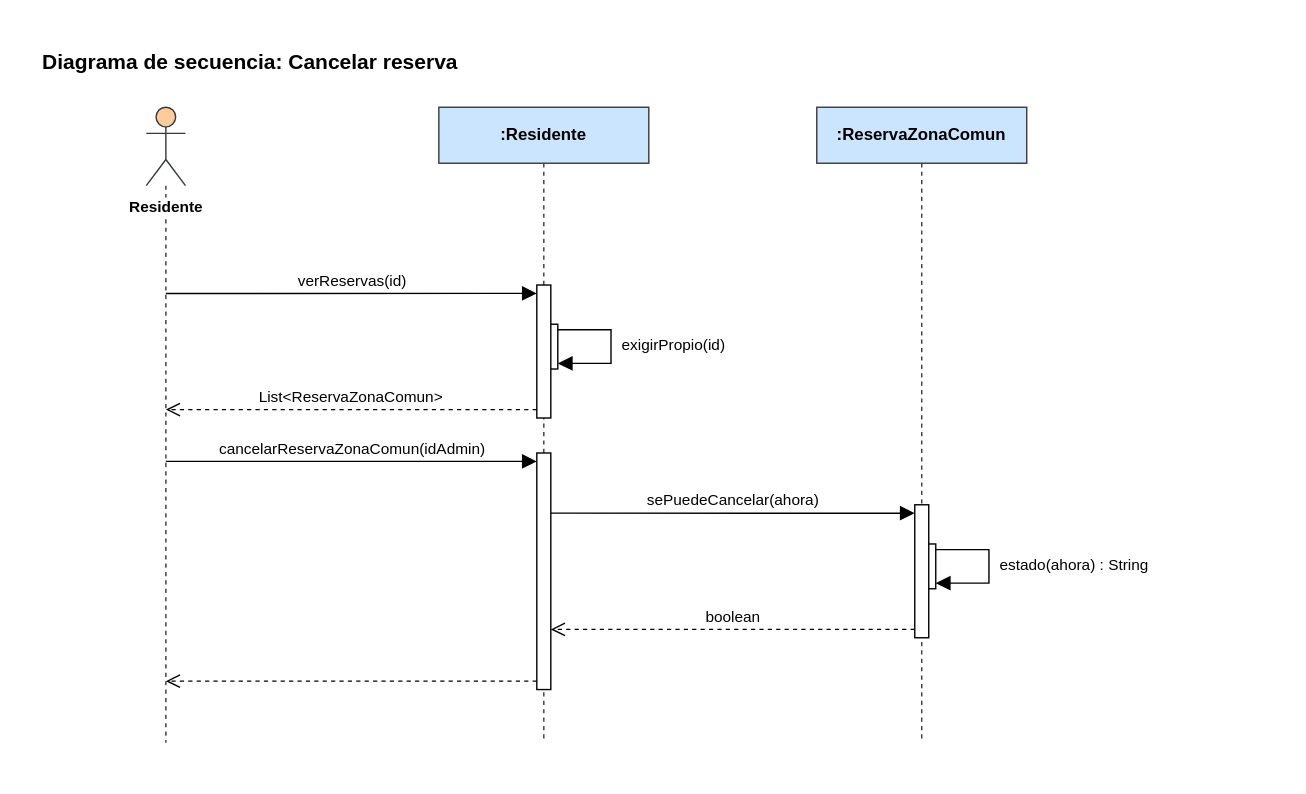
Above: Diagramas/Secuencia/cancelar-reserva.svg in manuel20051208/HorizontalSoftware-Back-End (draw.io), before the change. Source tidied: cells renumbered, new cells last; positions are measured from the earlier drawing's top-left corner, leaving out a move shared by most shapes.
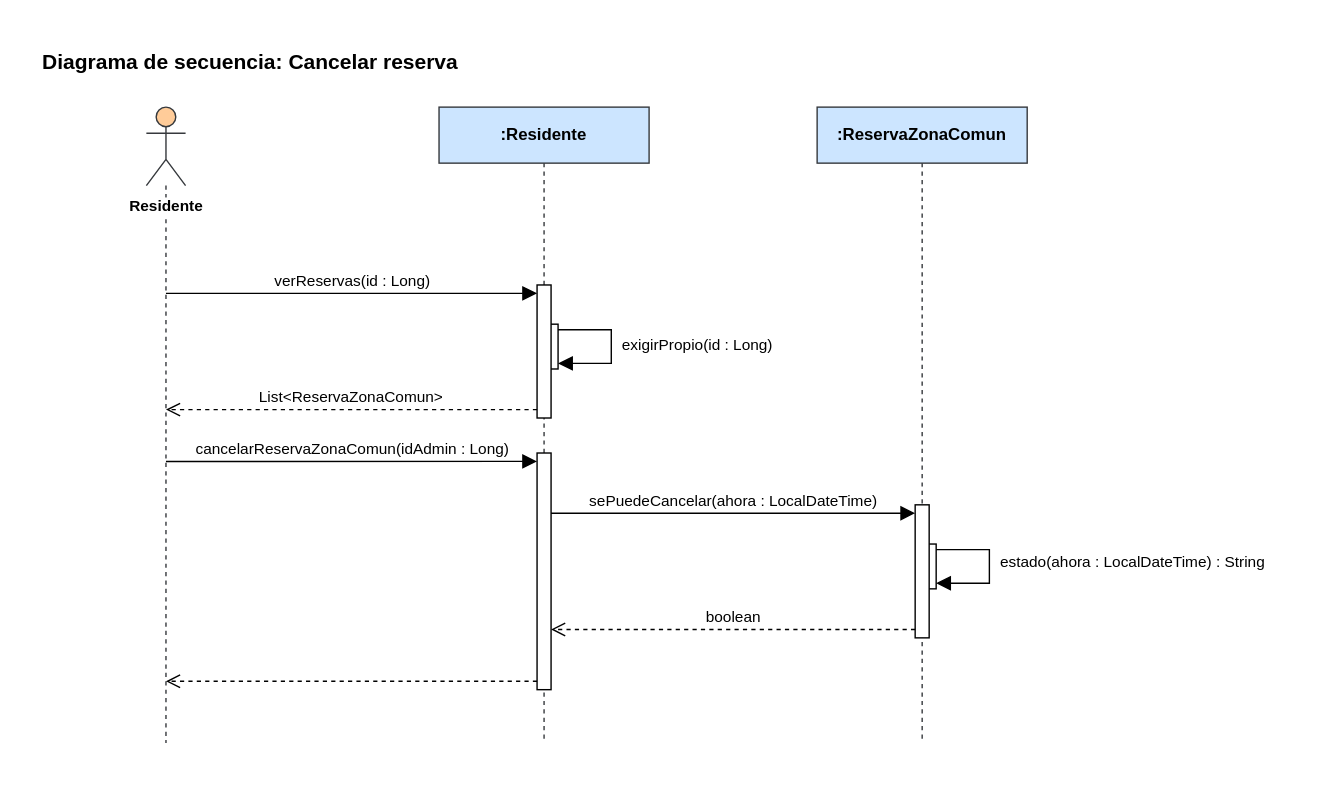
The same file after the commit.

The edit, as a diff of the source:
```diff
@@ -29,7 +29,7 @@
     <mxCell id="10" style="html=1;points=[];perimeter=orthogonalPerimeter;fillColor=#ffffff;strokeColor=#000000;" parent="1" vertex="1">
       <mxGeometry x="355" y="295" width="10" height="169" as="geometry" />
     </mxCell>
-    <mxCell id="11" value="verReservas(id)" style="html=1;verticalAlign=bottom;rounded=0;fontSize=11;strokeColor=#000000;endArrow=block;endFill=1;endSize=8;exitX=0.5000;exitY=0.2930;exitDx=0;exitDy=0;exitPerimeter=0;entryX=0.0000;entryY=0.0632;entryDx=0;entryDy=0;entryPerimeter=0;" parent="1" edge="1" source="3" target="7">
+    <mxCell id="11" value="verReservas(id : Long)" style="html=1;verticalAlign=bottom;rounded=0;fontSize=11;strokeColor=#000000;endArrow=block;endFill=1;endSize=8;exitX=0.5000;exitY=0.2930;exitDx=0;exitDy=0;exitPerimeter=0;entryX=0.0000;entryY=0.0632;entryDx=0;entryDy=0;entryPerimeter=0;" parent="1" edge="1" source="3" target="7">
       <mxGeometry relative="1" as="geometry" />
     </mxCell>
     <mxCell id="12" style="html=1;rounded=0;endArrow=block;endFill=1;endSize=8;strokeColor=#000000;exitX=1.0000;exitY=0.1250;exitDx=0;exitDy=0;exitPerimeter=0;entryX=1.0000;entryY=0.8750;entryDx=0;entryDy=0;entryPerimeter=0;" parent="1" edge="1" source="6" target="6">
@@ -43,10 +43,10 @@
     <mxCell id="13" value="List&amp;lt;ReservaZonaComun&amp;gt;" style="html=1;verticalAlign=bottom;rounded=0;fontSize=11;strokeColor=#000000;dashed=1;endArrow=open;endFill=0;endSize=8;exitX=0.0000;exitY=0.9368;exitDx=0;exitDy=0;exitPerimeter=0;entryX=0.5000;entryY=0.4758;entryDx=0;entryDy=0;entryPerimeter=0;" parent="1" edge="1" source="7" target="3">
       <mxGeometry relative="1" as="geometry" />
     </mxCell>
-    <mxCell id="14" value="cancelarReservaZonaComun(idAdmin)" style="html=1;verticalAlign=bottom;rounded=0;fontSize=11;strokeColor=#000000;endArrow=block;endFill=1;endSize=8;exitX=0.5000;exitY=0.5573;exitDx=0;exitDy=0;exitPerimeter=0;entryX=0.0000;entryY=0.0355;entryDx=0;entryDy=0;entryPerimeter=0;" parent="1" edge="1" source="3" target="10">
+    <mxCell id="14" value="cancelarReservaZonaComun(idAdmin : Long)" style="html=1;verticalAlign=bottom;rounded=0;fontSize=11;strokeColor=#000000;endArrow=block;endFill=1;endSize=8;exitX=0.5000;exitY=0.5573;exitDx=0;exitDy=0;exitPerimeter=0;entryX=0.0000;entryY=0.0355;entryDx=0;entryDy=0;entryPerimeter=0;" parent="1" edge="1" source="3" target="10">
       <mxGeometry relative="1" as="geometry" />
     </mxCell>
-    <mxCell id="15" value="sePuedeCancelar(ahora)" style="html=1;verticalAlign=bottom;rounded=0;fontSize=11;strokeColor=#000000;endArrow=block;endFill=1;endSize=8;exitX=1.0000;exitY=0.2544;exitDx=0;exitDy=0;exitPerimeter=0;entryX=0.0000;entryY=0.0632;entryDx=0;entryDy=0;entryPerimeter=0;" parent="1" edge="1" source="10" target="9">
+    <mxCell id="15" value="sePuedeCancelar(ahora : LocalDateTime)" style="html=1;verticalAlign=bottom;rounded=0;fontSize=11;strokeColor=#000000;endArrow=block;endFill=1;endSize=8;exitX=1.0000;exitY=0.2544;exitDx=0;exitDy=0;exitPerimeter=0;entryX=0.0000;entryY=0.0632;entryDx=0;entryDy=0;entryPerimeter=0;" parent="1" edge="1" source="10" target="9">
       <mxGeometry relative="1" as="geometry" />
     </mxCell>
     <mxCell id="16" style="html=1;rounded=0;endArrow=block;endFill=1;endSize=8;strokeColor=#000000;exitX=1.0000;exitY=0.1250;exitDx=0;exitDy=0;exitPerimeter=0;entryX=1.0000;entryY=0.8750;entryDx=0;entryDy=0;entryPerimeter=0;" parent="1" edge="1" source="8" target="8">
@@ -63,11 +63,11 @@
     <mxCell id="18" style="html=1;verticalAlign=bottom;rounded=0;fontSize=11;strokeColor=#000000;dashed=1;endArrow=open;endFill=0;endSize=8;exitX=0.0000;exitY=0.9645;exitDx=0;exitDy=0;exitPerimeter=0;entryX=0.5000;entryY=0.9031;entryDx=0;entryDy=0;entryPerimeter=0;" parent="1" edge="1" source="10" target="3">
       <mxGeometry relative="1" as="geometry" />
     </mxCell>
-    <mxCell id="19" value="exigirPropio(id)" style="text;html=1;align=left;verticalAlign=top;whiteSpace=wrap;overflow=hidden;fontSize=11;" parent="1" vertex="1">
+    <mxCell id="19" value="exigirPropio(id : Long)" style="text;html=1;align=left;verticalAlign=top;whiteSpace=wrap;overflow=hidden;fontSize=11;" parent="1" vertex="1">
       <mxGeometry x="414" y="205" width="185" height="28" as="geometry" />
     </mxCell>
-    <mxCell id="20" value="estado(ahora) : String" style="text;html=1;align=left;verticalAlign=top;whiteSpace=wrap;overflow=hidden;fontSize=11;" parent="1" vertex="1">
-      <mxGeometry x="684" y="362" width="185" height="28" as="geometry" />
+    <mxCell id="20" value="estado(ahora : LocalDateTime) : String" style="text;html=1;align=left;verticalAlign=top;whiteSpace=wrap;overflow=hidden;fontSize=11;" parent="1" vertex="1">
+      <mxGeometry x="684" y="360" width="206" height="28" as="geometry" />
     </mxCell>
   </root>
 </mxGraphModel>
```
